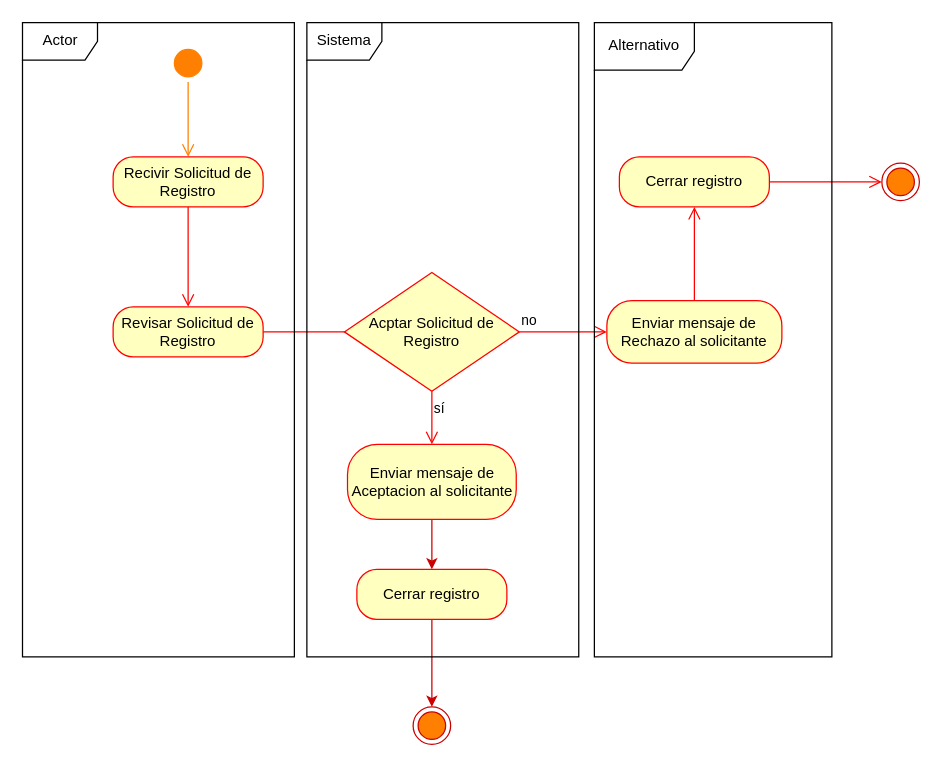
The draw.io diagram Misael/Clase_2 Proyecto/Unidad 2/Diagrama Actividad/Diagrama de actividad-Aceptar_Rechazar Solicitud de Registro.drawio in misaeluno/Proyecto-de-Software, before the edit. Source tidied: cells renumbered, new cells numbered last; positions are measured from the earlier drawing's top-left corner, leaving out a move shared by most shapes. Both pictures are drawn from the tidied source at 125%, with x=0, y=0 at pixel (21, 21).
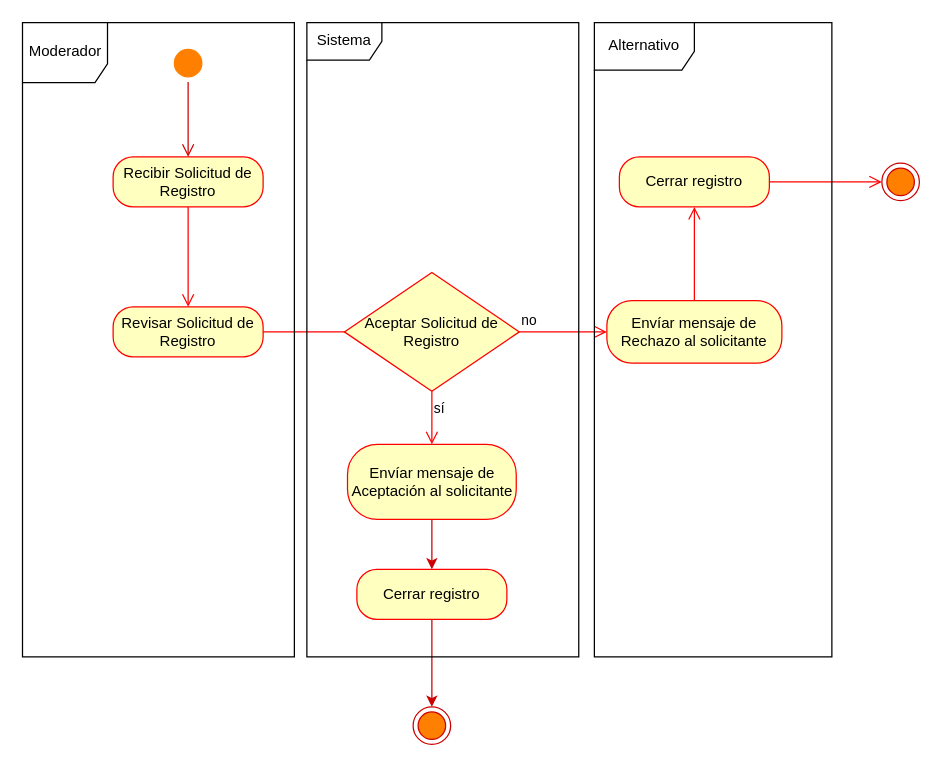
The same diagram, later.

The change refers to these unchanged cells:
```xml
<mxCell id="2" style="ellipse;html=1;shape=startState;fillColor=#FF8000;strokeColor=#FF8000;" parent="1" vertex="1">
  <mxGeometry x="118" y="18" width="30" height="30" as="geometry" />
</mxCell>
```

Change to the diagram source:
```diff
@@
-    <mxCell id="3" style="edgeStyle=orthogonalEdgeStyle;html=1;verticalAlign=bottom;endArrow=open;endSize=8;strokeColor=#FF8000;rounded=0;" parent="1" edge="1" source="2">
+    <mxCell id="3" style="edgeStyle=orthogonalEdgeStyle;html=1;verticalAlign=bottom;endArrow=open;endSize=8;strokeColor=#CC0000;rounded=0;" parent="1" edge="1" source="2">
       <mxGeometry relative="1" as="geometry">
         <mxPoint x="133" y="108" as="targetPoint" />
       </mxGeometry>
     </mxCell>
-    <mxCell id="4" value="&lt;font style=&quot;color: rgb(0, 0, 0);&quot;&gt;Recivir Solicitud de Registro&lt;/font&gt;" style="rounded=1;whiteSpace=wrap;html=1;arcSize=40;fontColor=#000000;fillColor=#ffffc0;strokeColor=#ff0000;" parent="1" vertex="1">
+    <mxCell id="4" value="&lt;font style=&quot;color: rgb(0, 0, 0);&quot;&gt;Recibir Solicitud de Registro&lt;/font&gt;" style="rounded=1;whiteSpace=wrap;html=1;arcSize=40;fontColor=#000000;fillColor=#ffffc0;strokeColor=#ff0000;" parent="1" vertex="1">
       <mxGeometry x="73" y="108" width="120" height="40" as="geometry" />
     </mxCell>
@@
-    <mxCell id="8" value="&lt;font style=&quot;color: rgb(0, 0, 0);&quot;&gt;Acptar Solicitud de Registro&lt;/font&gt;" style="rhombus;whiteSpace=wrap;html=1;fontColor=#000000;fillColor=#ffffc0;strokeColor=#ff0000;" parent="1" vertex="1">
+    <mxCell id="8" value="&lt;font style=&quot;color: rgb(0, 0, 0);&quot;&gt;Aceptar Solicitud de Registro&lt;/font&gt;" style="rhombus;whiteSpace=wrap;html=1;fontColor=#000000;fillColor=#ffffc0;strokeColor=#ff0000;" parent="1" vertex="1">
       <mxGeometry x="258" y="200.5" width="140" height="95" as="geometry" />
     </mxCell>
@@
-    <mxCell id="12" value="&lt;font style=&quot;color: rgb(0, 0, 0);&quot;&gt;Enviar mensaje de Aceptacion al solicitante&lt;/font&gt;" style="rounded=1;whiteSpace=wrap;html=1;arcSize=40;fontColor=#000000;fillColor=#ffffc0;strokeColor=#ff0000;" parent="1" vertex="1">
+    <mxCell id="12" value="&lt;font style=&quot;color: rgb(0, 0, 0);&quot;&gt;Envíar mensaje de Aceptación al solicitante&lt;/font&gt;" style="rounded=1;whiteSpace=wrap;html=1;arcSize=40;fontColor=#000000;fillColor=#ffffc0;strokeColor=#ff0000;" parent="1" vertex="1">
       <mxGeometry x="260.5" y="338" width="135" height="60" as="geometry" />
     </mxCell>
@@
-    <mxCell id="16" value="&lt;font style=&quot;color: rgb(0, 0, 0);&quot;&gt;Enviar mensaje de Rechazo al solicitante&lt;/font&gt;" style="rounded=1;whiteSpace=wrap;html=1;arcSize=40;fontColor=#000000;fillColor=#ffffc0;strokeColor=#ff0000;" parent="1" vertex="1">
+    <mxCell id="16" value="&lt;font style=&quot;color: rgb(0, 0, 0);&quot;&gt;Envíar mensaje de Rechazo al solicitante&lt;/font&gt;" style="rounded=1;whiteSpace=wrap;html=1;arcSize=40;fontColor=#000000;fillColor=#ffffc0;strokeColor=#ff0000;" parent="1" vertex="1">
       <mxGeometry x="468" y="223" width="140" height="50" as="geometry" />
     </mxCell>
@@
-    <mxCell id="21" value="Actor" style="shape=umlFrame;whiteSpace=wrap;html=1;" parent="1" vertex="1">
+    <mxCell id="21" value="Moderador" style="shape=umlFrame;whiteSpace=wrap;html=1;width=68;height=48;" parent="1" vertex="1">
       <mxGeometry x="0.5" y="0.5" width="217.5" height="507.5" as="geometry" />
     </mxCell>
```
